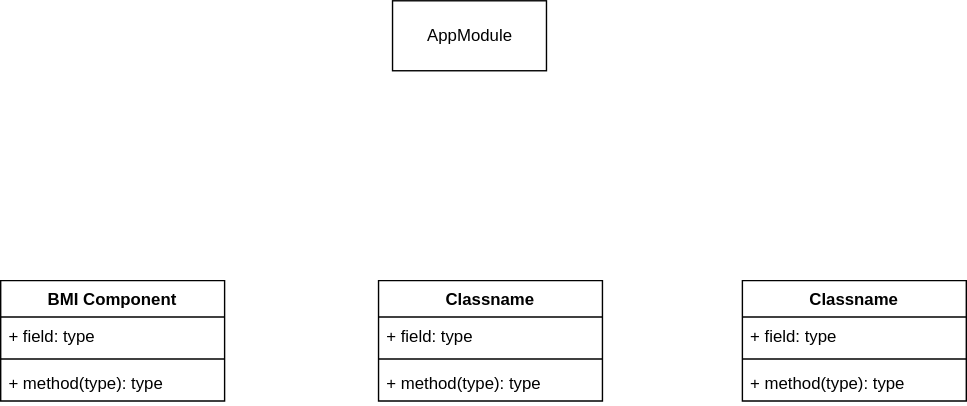
This is Class_Diagram.drawio.svg from willizielke/FitnessWebAppDocumentation, a draw.io export, as it was before one commit. Source tidied: cells renumbered, new cells last; positions are measured from the earlier drawing's top-left corner, leaving out a move shared by most shapes.
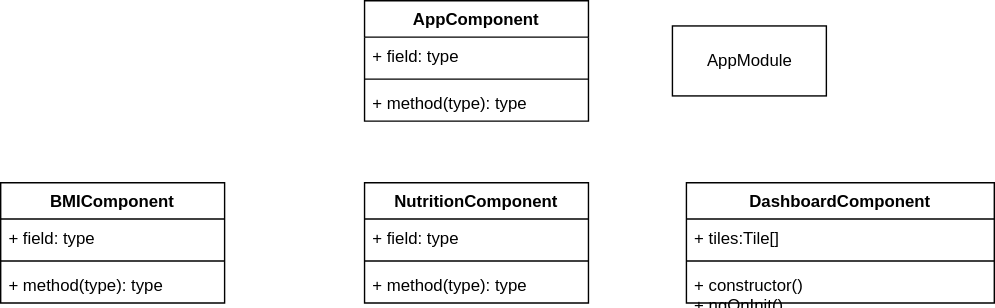
Above is the later version.

The edit, as a diff of the source:
```diff
@@ -3,10 +3,10 @@
     <mxCell id="0" />
     <mxCell id="1" parent="0" />
     <mxCell id="2" value="AppModule" style="html=1;" parent="1" vertex="1">
-      <mxGeometry x="280" width="110" height="50" as="geometry" />
+      <mxGeometry x="470" y="448" width="110" height="50" as="geometry" />
     </mxCell>
-    <mxCell id="3" value="BMI Component" style="swimlane;fontStyle=1;align=center;verticalAlign=top;horizontal=1;startSize=26;" parent="1" vertex="1">
-      <mxGeometry y="200" width="160" height="86" as="geometry" />
+    <mxCell id="3" value="BMIComponent" style="swimlane;fontStyle=1;align=center;verticalAlign=top;horizontal=1;startSize=26;" parent="1" vertex="1">
+      <mxGeometry x="-10" y="560" width="160" height="86" as="geometry" />
     </mxCell>
     <mxCell id="4" value="+ field: type" style="text;strokeColor=none;fillColor=none;align=left;verticalAlign=top;spacingLeft=4;spacingRight=4;overflow=hidden;" parent="3" vertex="1">
       <mxGeometry y="26" width="160" height="26" as="geometry" />
@@ -17,8 +17,8 @@
     <mxCell id="6" value="+ method(type): type" style="text;strokeColor=none;fillColor=none;align=left;verticalAlign=top;spacingLeft=4;spacingRight=4;overflow=hidden;" parent="3" vertex="1">
       <mxGeometry y="60" width="160" height="26" as="geometry" />
     </mxCell>
-    <mxCell id="7" value="Classname" style="swimlane;fontStyle=1;align=center;verticalAlign=top;horizontal=1;startSize=26;" parent="1" vertex="1">
-      <mxGeometry x="270" y="200" width="160" height="86" as="geometry" />
+    <mxCell id="7" value="NutritionComponent" style="swimlane;fontStyle=1;align=center;verticalAlign=top;horizontal=1;startSize=26;" parent="1" vertex="1">
+      <mxGeometry x="250" y="560" width="160" height="86" as="geometry" />
     </mxCell>
     <mxCell id="8" value="+ field: type" style="text;strokeColor=none;fillColor=none;align=left;verticalAlign=top;spacingLeft=4;spacingRight=4;overflow=hidden;" parent="7" vertex="1">
       <mxGeometry y="26" width="160" height="26" as="geometry" />
@@ -29,17 +29,29 @@
     <mxCell id="10" value="+ method(type): type" style="text;strokeColor=none;fillColor=none;align=left;verticalAlign=top;spacingLeft=4;spacingRight=4;overflow=hidden;" parent="7" vertex="1">
       <mxGeometry y="60" width="160" height="26" as="geometry" />
     </mxCell>
-    <mxCell id="11" value="Classname" style="swimlane;fontStyle=1;align=center;verticalAlign=top;horizontal=1;startSize=26;" parent="1" vertex="1">
-      <mxGeometry x="530" y="200" width="160" height="86" as="geometry" />
+    <mxCell id="11" value="DashboardComponent" style="swimlane;fontStyle=1;align=center;verticalAlign=top;horizontal=1;startSize=26;" parent="1" vertex="1">
+      <mxGeometry x="480" y="560" width="220" height="86" as="geometry" />
     </mxCell>
-    <mxCell id="12" value="+ field: type" style="text;strokeColor=none;fillColor=none;align=left;verticalAlign=top;spacingLeft=4;spacingRight=4;overflow=hidden;" parent="11" vertex="1">
-      <mxGeometry y="26" width="160" height="26" as="geometry" />
+    <mxCell id="12" value="+ tiles:Tile[]" style="text;strokeColor=none;fillColor=none;align=left;verticalAlign=top;spacingLeft=4;spacingRight=4;overflow=hidden;" parent="11" vertex="1">
+      <mxGeometry y="26" width="220" height="26" as="geometry" />
     </mxCell>
     <mxCell id="13" style="line;strokeWidth=1;fillColor=none;align=left;verticalAlign=middle;spacingTop=-1;spacingLeft=3;spacingRight=3;labelPosition=right;strokeColor=inherit;" parent="11" vertex="1">
-      <mxGeometry y="52" width="160" height="8" as="geometry" />
+      <mxGeometry y="52" width="220" height="8" as="geometry" />
     </mxCell>
-    <mxCell id="14" value="+ method(type): type" style="text;strokeColor=none;fillColor=none;align=left;verticalAlign=top;spacingLeft=4;spacingRight=4;overflow=hidden;" parent="11" vertex="1">
-      <mxGeometry y="60" width="160" height="26" as="geometry" />
+    <mxCell id="14" value="+ constructor()&#10;+ ngOnInit()" style="text;strokeColor=none;fillColor=none;align=left;verticalAlign=top;spacingLeft=4;spacingRight=4;overflow=hidden;" parent="11" vertex="1">
+      <mxGeometry y="60" width="220" height="26" as="geometry" />
     </mxCell>
+    <mxCell id="15" value="AppComponent" style="swimlane;fontStyle=1;align=center;verticalAlign=top;horizontal=1;startSize=26;" parent="1" vertex="1">
+      <mxGeometry x="250" y="430" width="160" height="86" as="geometry" />
+    </mxCell>
+    <mxCell id="16" value="+ field: type" style="text;strokeColor=none;fillColor=none;align=left;verticalAlign=top;spacingLeft=4;spacingRight=4;overflow=hidden;" parent="15" vertex="1">
+      <mxGeometry y="26" width="160" height="26" as="geometry" />
+    </mxCell>
+    <mxCell id="17" style="line;strokeWidth=1;fillColor=none;align=left;verticalAlign=middle;spacingTop=-1;spacingLeft=3;spacingRight=3;labelPosition=right;strokeColor=inherit;" parent="15" vertex="1">
+      <mxGeometry y="52" width="160" height="8" as="geometry" />
+    </mxCell>
+    <mxCell id="18" value="+ method(type): type" style="text;strokeColor=none;fillColor=none;align=left;verticalAlign=top;spacingLeft=4;spacingRight=4;overflow=hidden;" parent="15" vertex="1">
+      <mxGeometry y="60" width="160" height="26" as="geometry" />
+    </mxCell>
   </root>
 </mxGraphModel>
```
